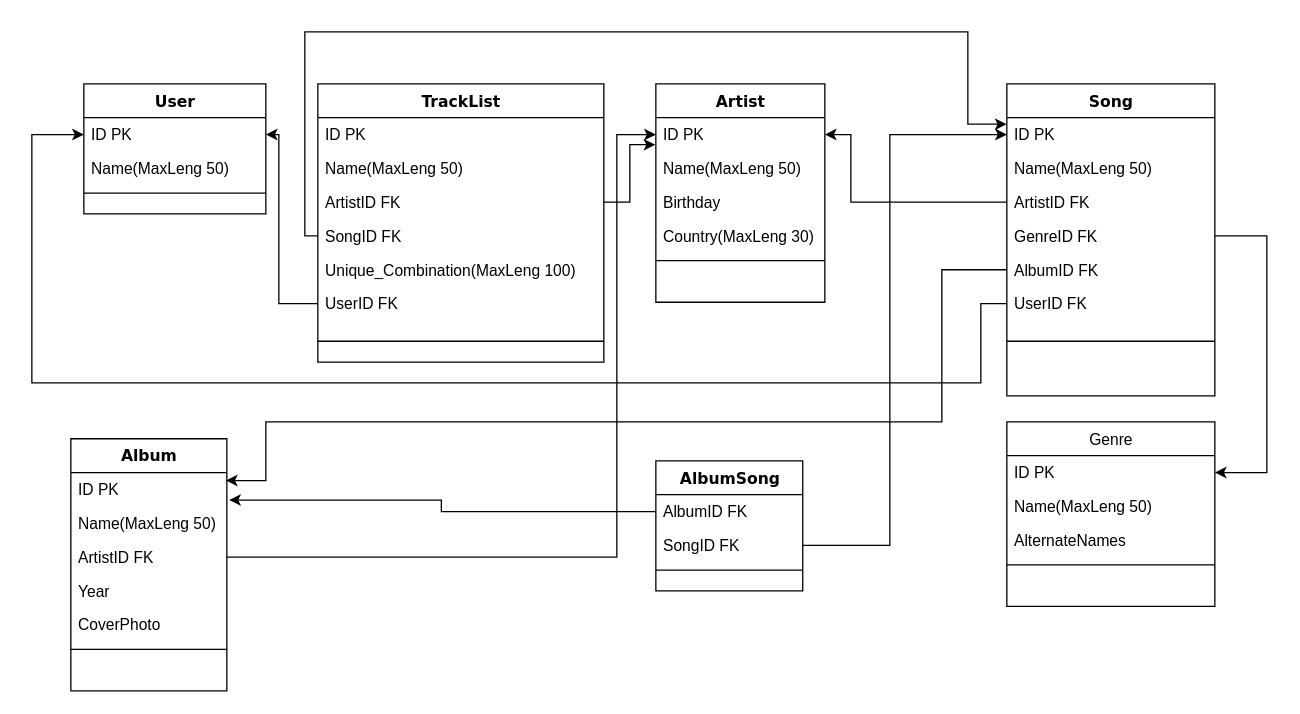
C0baltt/Course_project keeps this draw.io diagram as TrackListDiagram.drawio. Above is the earlier version. Source tidied: cells renumbered, new cells numbered last; positions are measured from the earlier drawing's top-left corner, leaving out a move shared by most shapes. Both pictures are drawn from the tidied source at 130%, with x=0, y=0 at pixel (31, 31).
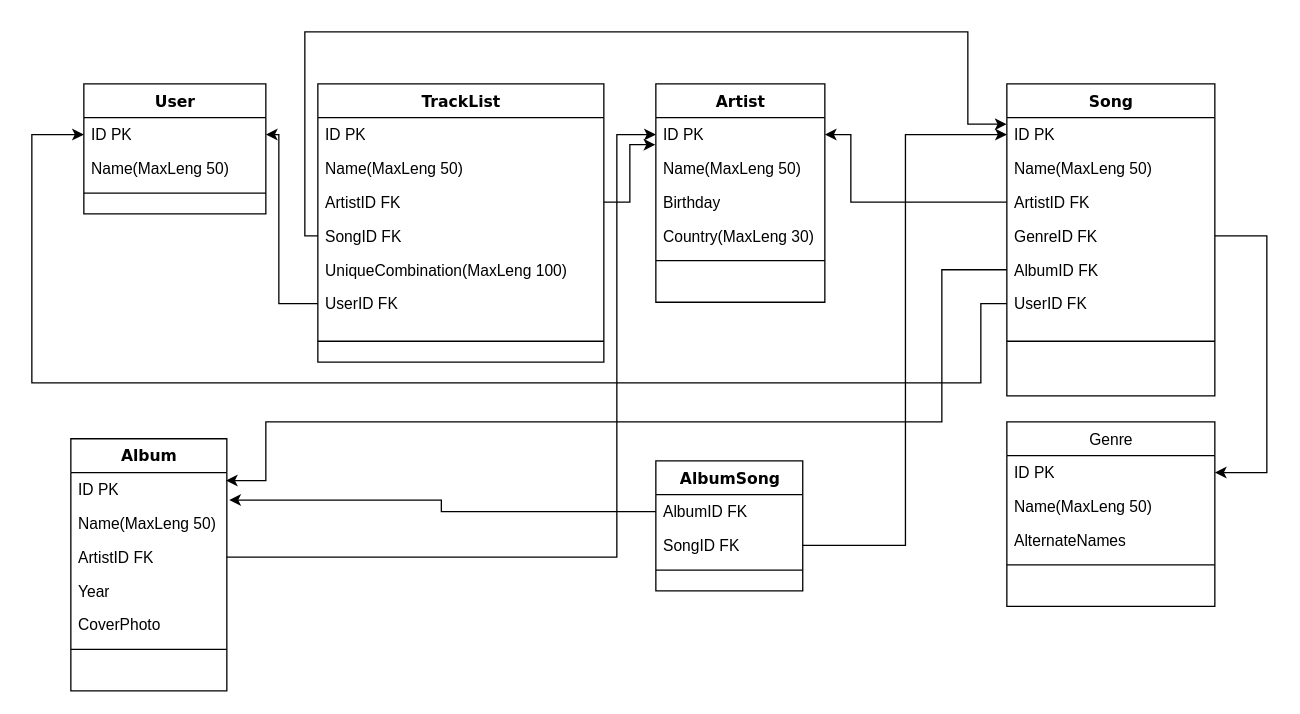
Above is the later version.

The change refers to these unchanged cells:
```xml
<mxCell id="6" value="TrackList" style="swimlane;html=1;fontStyle=1;align=center;verticalAlign=top;horizontal=1;startSize=26;swimlaneFillColor=#ffffff;rounded=0;shadow=0;comic=0;labelBackgroundColor=none;strokeWidth=1;fillColor=none;fontFamily=Verdana;fontSize=12;" parent="1" vertex="1">
  <mxGeometry x="220" y="40" width="220" height="214" as="geometry" />
</mxCell>
<mxCell id="29" value="SongID FK" style="text;html=1;strokeColor=none;fillColor=none;align=left;verticalAlign=top;spacingLeft=4;spacingRight=4;whiteSpace=wrap;overflow=hidden;points=[[0,0.5],[1,0.5]];portConstraint=eastwest;" parent="27" vertex="1">
  <mxGeometry y="52" width="113" height="26" as="geometry" />
</mxCell>
<mxCell id="32" value="ID PK" style="text;html=1;strokeColor=none;fillColor=none;align=left;verticalAlign=top;spacingLeft=4;spacingRight=4;whiteSpace=wrap;overflow=hidden;points=[[0,0.5],[1,0.5]];portConstraint=eastwest;" parent="31" vertex="1">
  <mxGeometry y="26" width="160" height="26" as="geometry" />
</mxCell>
```

Change to the diagram source:
```diff
@@
-    <mxCell id="11" value="Unique_Combination(MaxLeng 100)" style="text;html=1;strokeColor=none;fillColor=none;align=left;verticalAlign=top;spacingLeft=4;spacingRight=4;whiteSpace=wrap;overflow=hidden;" parent="6" vertex="1">
+    <mxCell id="11" value="UniqueCombination(MaxLeng 100)" style="text;html=1;strokeColor=none;fillColor=none;align=left;verticalAlign=top;spacingLeft=4;spacingRight=4;whiteSpace=wrap;overflow=hidden;" parent="6" vertex="1">
       <mxGeometry y="130" width="220" height="26" as="geometry" />
     </mxCell>
@@
     <mxCell id="48" style="edgeStyle=orthogonalEdgeStyle;rounded=0;jettySize=auto;html=1;entryX=0;entryY=0.5;entryDx=0;entryDy=0;" parent="1" edge="1" source="29" target="32">
       <mxGeometry relative="1" as="geometry">
         <Array as="points">
-          <mxPoint x="660" y="395" />
-          <mxPoint x="660" y="79" />
+          <mxPoint x="672" y="395" />
+          <mxPoint x="672" y="79" />
         </Array>
       </mxGeometry>
     </mxCell>
```
